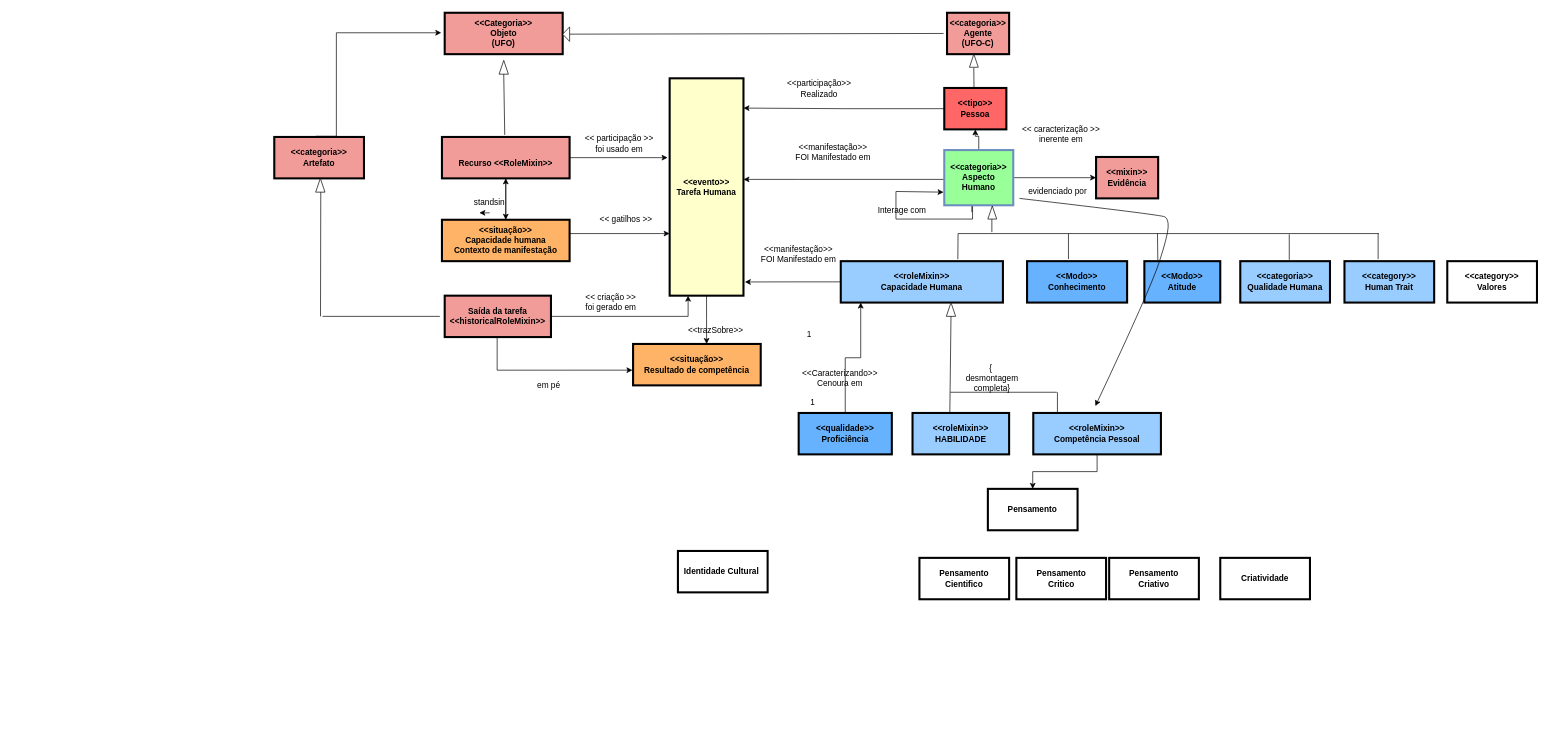
Earlier version of the draw.io diagram page "Core-O 1" (4 of 4) of Cópia do Ontologia_v1.drawio (RosianeSangali/RosianeSangali). Source tidied: cells renumbered, new cells numbered last; positions are measured from the earlier drawing's top-left corner, leaving out a move shared by most shapes. Both pictures are drawn from the tidied source at 69%, with x=0, y=0 at pixel (274, 12).
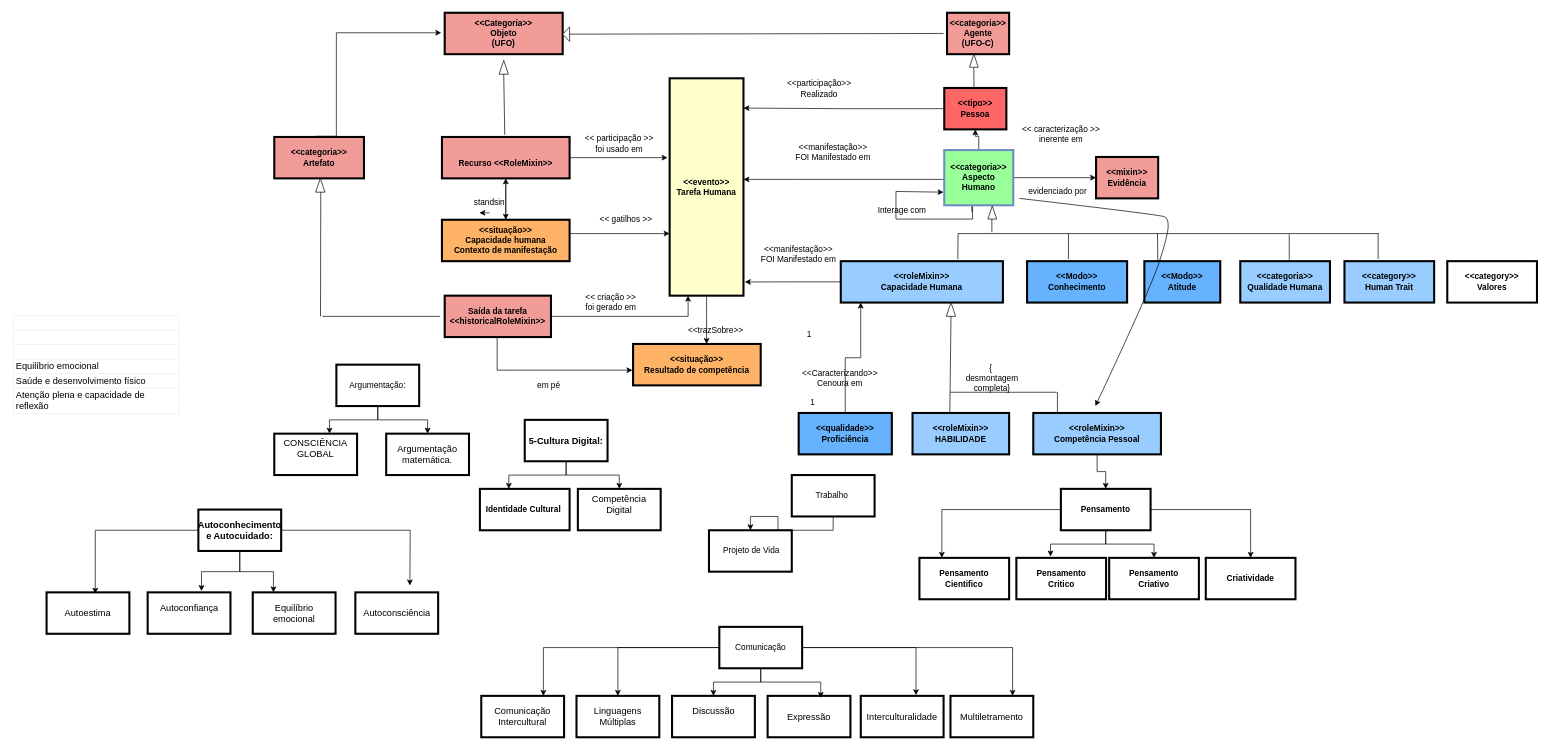
After the change.

Unchanged cells that the change refers to:
```xml
<mxCell id="78" value="Pensamento&#10;Cientifico" style="whiteSpace=wrap;align=center;verticalAlign=middle;fontStyle=1;strokeWidth=3;fillColor=#FFFFFF;" parent="1" vertex="1">
  <mxGeometry x="935" y="790" width="130" height="60" as="geometry" />
</mxCell>
<mxCell id="79" value="Pensamento&#10;Critico" style="whiteSpace=wrap;align=center;verticalAlign=middle;fontStyle=1;strokeWidth=3;fillColor=#FFFFFF;" parent="1" vertex="1">
  <mxGeometry x="1075.5" y="790" width="130" height="60" as="geometry" />
</mxCell>
<mxCell id="80" value="Pensamento&#10;Criativo" style="whiteSpace=wrap;align=center;verticalAlign=middle;fontStyle=1;strokeWidth=3;fillColor=#FFFFFF;" parent="1" vertex="1">
  <mxGeometry x="1210" y="790" width="130" height="60" as="geometry" />
</mxCell>
```

What changed in the source:
```diff
@@
-    <mxCell id="58" value="em pé" style="text;html=1;align=center;verticalAlign=middle;whiteSpace=wrap;rounded=0;" parent="1" vertex="1">
+    <mxCell id="58" value="em pé" style="text;html=1;align=center;verticalAlign=middle;whiteSpace=wrap;rounded=0;strokeWidth=3;" parent="1" vertex="1">
       <mxGeometry x="338.2" y="520" width="120" height="40" as="geometry" />
     </mxCell>
@@
-    <mxCell id="72" value="1" style="text;html=1;align=center;verticalAlign=middle;strokeColor=none;fillColor=none;" parent="1" vertex="1">
+    <mxCell id="72" value="1" style="text;html=1;align=center;verticalAlign=middle;strokeColor=none;fillColor=none;strokeWidth=3;" parent="1" vertex="1">
       <mxGeometry x="765" y="550" width="30" height="30" as="geometry" />
     </mxCell>
@@
+    <mxCell id="83" style="edgeStyle=orthogonalEdgeStyle;rounded=0;jettySize=auto;html=1;entryX=0.25;entryY=0;entryDx=0;entryDy=0;" parent="1" edge="1" source="77" target="78">
+      <mxGeometry relative="1" as="geometry" />
+    </mxCell>
+    <mxCell id="84" style="edgeStyle=orthogonalEdgeStyle;rounded=0;jettySize=auto;html=1;entryX=0.5;entryY=0;entryDx=0;entryDy=0;" parent="1" edge="1" source="77" target="80">
+      <mxGeometry relative="1" as="geometry" />
+    </mxCell>
+    <mxCell id="85" style="edgeStyle=orthogonalEdgeStyle;rounded=0;jettySize=auto;html=1;entryX=0.5;entryY=0;entryDx=0;entryDy=0;" parent="1" edge="1" source="77" target="82">
+      <mxGeometry relative="1" as="geometry" />
+    </mxCell>
     <mxCell id="77" value="Pensamento" style="whiteSpace=wrap;align=center;verticalAlign=middle;fontStyle=1;strokeWidth=3;fillColor=#FFFFFF;" parent="1" vertex="1">
-      <mxGeometry x="1034.2" y="690" width="130" height="60" as="geometry" />
+      <mxGeometry x="1140" y="690" width="130" height="60" as="geometry" />
     </mxCell>
@@
     <mxCell id="81" value="Identidade Cultural " style="whiteSpace=wrap;align=center;verticalAlign=middle;fontStyle=1;strokeWidth=3;fillColor=#FFFFFF;" parent="1" vertex="1">
-      <mxGeometry x="585" y="780" width="130" height="60" as="geometry" />
+      <mxGeometry x="298" y="690" width="130" height="60" as="geometry" />
     </mxCell>
     <mxCell id="82" value="Criatividade" style="whiteSpace=wrap;align=center;verticalAlign=middle;fontStyle=1;strokeWidth=3;fillColor=#FFFFFF;" parent="1" vertex="1">
-      <mxGeometry x="1371" y="790" width="130" height="60" as="geometry" />
+      <mxGeometry x="1350" y="790" width="130" height="60" as="geometry" />
     </mxCell>
+    <mxCell id="86" style="edgeStyle=orthogonalEdgeStyle;rounded=0;jettySize=auto;html=1;entryX=0.75;entryY=0;entryDx=0;entryDy=0;" parent="1" edge="1" source="90" target="95">
+      <mxGeometry relative="1" as="geometry" />
+    </mxCell>
+    <mxCell id="87" style="edgeStyle=orthogonalEdgeStyle;rounded=0;jettySize=auto;html=1;entryX=0.5;entryY=0;entryDx=0;entryDy=0;" parent="1" edge="1" source="90" target="91">
+      <mxGeometry relative="1" as="geometry" />
+    </mxCell>
+    <mxCell id="88" style="edgeStyle=orthogonalEdgeStyle;rounded=0;jettySize=auto;html=1;entryX=0.5;entryY=0;entryDx=0;entryDy=0;strokeWidth=1;" parent="1" edge="1" source="90" target="93">
+      <mxGeometry relative="1" as="geometry" />
+    </mxCell>
+    <mxCell id="89" style="edgeStyle=orthogonalEdgeStyle;rounded=0;jettySize=auto;html=1;entryX=0.75;entryY=0;entryDx=0;entryDy=0;" parent="1" edge="1" source="90" target="94">
+      <mxGeometry relative="1" as="geometry" />
+    </mxCell>
+    <mxCell id="90" value="Comunicação" style="rounded=0;whiteSpace=wrap;html=1;strokeWidth=3;" parent="1" vertex="1">
+      <mxGeometry x="645" y="890" width="120" height="60" as="geometry" />
+    </mxCell>
+    <mxCell id="91" value="&lt;span style=&quot;font-family: Arial; font-size: 13.3333px; text-align: left;&quot;&gt;Linguagens Múltiplas&lt;/span&gt;" style="rounded=0;whiteSpace=wrap;html=1;strokeWidth=3;" parent="1" vertex="1">
+      <mxGeometry x="438" y="990" width="120" height="60" as="geometry" />
+    </mxCell>
+    <mxCell id="92" value="&lt;span style=&quot;font-family: Arial; font-size: 13.3333px; text-align: left;&quot;&gt;Expressão&lt;/span&gt;" style="rounded=0;whiteSpace=wrap;html=1;strokeWidth=3;" parent="1" vertex="1">
+      <mxGeometry x="715" y="990" width="120" height="60" as="geometry" />
+    </mxCell>
+    <mxCell id="93" value="&#10;&lt;span style=&quot;color: rgb(0, 0, 0); font-family: Arial; font-size: 13.3333px; font-style: normal; font-variant-ligatures: normal; font-variant-caps: normal; font-weight: 400; letter-spacing: normal; orphans: 2; text-align: left; text-indent: 0px; text-transform: none; widows: 2; word-spacing: 0px; -webkit-text-stroke-width: 0px; white-space: normal; background-color: rgb(251, 251, 251); text-decoration-thickness: initial; text-decoration-style: initial; text-decoration-color: initial; display: inline !important; float: none;&quot;&gt;Discussão&lt;/span&gt;&#10;&#10;" style="rounded=0;whiteSpace=wrap;html=1;strokeWidth=3;" parent="1" vertex="1">
+      <mxGeometry x="576.5" y="990" width="120" height="60" as="geometry" />
+    </mxCell>
+    <mxCell id="94" value="&lt;span style=&quot;font-family: Arial; font-size: 13.3333px; text-align: left;&quot;&gt;Multiletramento&lt;/span&gt;" style="rounded=0;whiteSpace=wrap;html=1;strokeWidth=3;" parent="1" vertex="1">
+      <mxGeometry x="980" y="990" width="120" height="60" as="geometry" />
+    </mxCell>
+    <mxCell id="95" value="&lt;span style=&quot;font-family: Arial; font-size: 13.3333px; text-align: left;&quot;&gt;Comunicação Intercultural&lt;/span&gt;" style="rounded=0;whiteSpace=wrap;html=1;strokeWidth=3;" parent="1" vertex="1">
+      <mxGeometry x="300" y="990" width="120" height="60" as="geometry" />
+    </mxCell>
+    <mxCell id="96" value="&lt;span style=&quot;font-family: Arial; font-size: 13.3333px; text-align: left;&quot;&gt;Interculturalidade&lt;/span&gt;" style="rounded=0;whiteSpace=wrap;html=1;strokeWidth=3;" parent="1" vertex="1">
+      <mxGeometry x="850" y="990" width="120" height="60" as="geometry" />
+    </mxCell>
+    <mxCell id="97" style="edgeStyle=orthogonalEdgeStyle;rounded=0;jettySize=auto;html=1;entryX=0.642;entryY=0.05;entryDx=0;entryDy=0;entryPerimeter=0;strokeWidth=1;" parent="1" edge="1" source="90" target="92">
+      <mxGeometry relative="1" as="geometry" />
+    </mxCell>
+    <mxCell id="98" style="edgeStyle=orthogonalEdgeStyle;rounded=0;jettySize=auto;html=1;entryX=0.667;entryY=-0.017;entryDx=0;entryDy=0;entryPerimeter=0;" parent="1" edge="1" source="90" target="96">
+      <mxGeometry relative="1" as="geometry" />
+    </mxCell>
+    <mxCell id="99" value="&#10;&lt;span style=&quot;font-size:10pt;font-family:Arial;font-style:normal;&quot;&gt;Competência Digital&lt;/span&gt;&#10;&#10;" style="rounded=0;whiteSpace=wrap;html=1;strokeWidth=3;" parent="1" vertex="1">
+      <mxGeometry x="440" y="690" width="120" height="60" as="geometry" />
+    </mxCell>
+    <mxCell id="100" style="edgeStyle=orthogonalEdgeStyle;rounded=0;jettySize=auto;html=1;strokeWidth=1;" parent="1" edge="1" source="101" target="99">
+      <mxGeometry relative="1" as="geometry" />
+    </mxCell>
+    <mxCell id="101" value="&lt;span style=&quot;font-size: 10pt; font-family: Arial; font-weight: bold;&quot;&gt;5-Cultura Digital:&lt;/span&gt;" style="rounded=0;whiteSpace=wrap;html=1;strokeWidth=3;" parent="1" vertex="1">
+      <mxGeometry x="363" y="590" width="120" height="60" as="geometry" />
+    </mxCell>
+    <mxCell id="102" style="edgeStyle=orthogonalEdgeStyle;rounded=0;jettySize=auto;html=1;entryX=0.5;entryY=0;entryDx=0;entryDy=0;strokeWidth=1;" parent="1" edge="1" source="103" target="104">
+      <mxGeometry relative="1" as="geometry" />
+    </mxCell>
+    <mxCell id="103" value="Trabalho&amp;nbsp;" style="rounded=0;whiteSpace=wrap;html=1;strokeWidth=3;" parent="1" vertex="1">
+      <mxGeometry x="750" y="670" width="120" height="60" as="geometry" />
+    </mxCell>
+    <mxCell id="104" value="&amp;nbsp;Projeto de Vida" style="rounded=0;whiteSpace=wrap;html=1;strokeWidth=3;" parent="1" vertex="1">
+      <mxGeometry x="630" y="750" width="120" height="60" as="geometry" />
+    </mxCell>
+    <mxCell id="105" style="edgeStyle=orthogonalEdgeStyle;rounded=0;jettySize=auto;html=1;entryX=0.323;entryY=0;entryDx=0;entryDy=0;entryPerimeter=0;strokeWidth=1;" parent="1" edge="1" source="101" target="81">
+      <mxGeometry relative="1" as="geometry" />
+    </mxCell>
+    <mxCell id="106" style="edgeStyle=orthogonalEdgeStyle;rounded=0;jettySize=auto;html=1;entryX=0.5;entryY=0;entryDx=0;entryDy=0;strokeWidth=1;" parent="1" edge="1" source="107" target="109">
+      <mxGeometry relative="1" as="geometry" />
+    </mxCell>
+    <mxCell id="107" value="Argumentação:" style="rounded=0;whiteSpace=wrap;html=1;strokeWidth=3;" parent="1" vertex="1">
+      <mxGeometry x="90" y="510" width="120" height="60" as="geometry" />
+    </mxCell>
+    <mxCell id="108" value="&lt;span style=&quot;text-align: start; font-size: 10pt; font-family: Arial;&quot;&gt;CONSCIÊNCIA&lt;br&gt;GLOBAL&lt;br&gt;&lt;br&gt;&lt;/span&gt;" style="rounded=0;whiteSpace=wrap;html=1;strokeWidth=3;" parent="1" vertex="1">
+      <mxGeometry y="610" width="120" height="60" as="geometry" />
+    </mxCell>
+    <mxCell id="109" value="&lt;span style=&quot;text-align: start; font-size: 10pt; font-family: Arial;&quot;&gt;Argumentação matemática.&lt;/span&gt;" style="rounded=0;whiteSpace=wrap;html=1;strokeWidth=3;" parent="1" vertex="1">
+      <mxGeometry x="162.2" y="610" width="120" height="60" as="geometry" />
+    </mxCell>
+    <mxCell id="110" style="edgeStyle=orthogonalEdgeStyle;rounded=0;jettySize=auto;html=1;entryX=0.667;entryY=0;entryDx=0;entryDy=0;entryPerimeter=0;strokeWidth=1;" parent="1" edge="1" source="107" target="108">
+      <mxGeometry relative="1" as="geometry" />
+    </mxCell>
+    <mxCell id="111" value="&lt;table xmlns=&quot;http://www.w3.org/1999/xhtml&quot; cellspacing=&quot;0&quot; cellpadding=&quot;0&quot; dir=&quot;ltr&quot; border=&quot;1&quot; style=&quot;table-layout:fixed;font-size:10pt;font-family:Arial;width:0px;border-collapse:collapse;border:none&quot;&gt;&lt;colgroup&gt;&lt;col width=&quot;240&quot;&gt;&lt;/colgroup&gt;&lt;tbody&gt;&lt;tr style=&quot;height:21px;&quot;&gt;&lt;td style=&quot;overflow:hidden;padding:2px 3px 2px 3px;vertical-align:bottom;&quot;&gt;&lt;br&gt;&lt;/td&gt;&lt;/tr&gt;&lt;tr style=&quot;height:21px;&quot;&gt;&lt;td style=&quot;overflow:hidden;padding:2px 3px 2px 3px;vertical-align:bottom;&quot;&gt;&lt;br&gt;&lt;/td&gt;&lt;/tr&gt;&lt;tr style=&quot;height:21px;&quot;&gt;&lt;td style=&quot;overflow:hidden;padding:2px 3px 2px 3px;vertical-align:bottom;&quot;&gt;&lt;br&gt;&lt;/td&gt;&lt;/tr&gt;&lt;tr style=&quot;height:21px;&quot;&gt;&lt;td style=&quot;overflow:hidden;padding:2px 3px 2px 3px;vertical-align:bottom;&quot;&gt;Equilíbrio emocional&lt;/td&gt;&lt;/tr&gt;&lt;tr style=&quot;height:21px;&quot;&gt;&lt;td style=&quot;overflow:hidden;padding:2px 3px 2px 3px;vertical-align:bottom;&quot;&gt;Saúde e desenvolvimento físico&lt;/td&gt;&lt;/tr&gt;&lt;tr style=&quot;height:21px;&quot;&gt;&lt;td style=&quot;overflow:hidden;padding:2px 3px 2px 3px;vertical-align:bottom;&quot;&gt;Atenção plena e capacidade de reflexão&lt;/td&gt;&lt;/tr&gt;&lt;/tbody&gt;&lt;/table&gt;" style="text;whiteSpace=wrap;html=1;" parent="1" vertex="1">
+      <mxGeometry x="-380" y="432" width="270" height="70" as="geometry" />
+    </mxCell>
+    <mxCell id="112" style="edgeStyle=orthogonalEdgeStyle;rounded=0;jettySize=auto;html=1;entryX=0.25;entryY=0;entryDx=0;entryDy=0;strokeWidth=1;" parent="1" edge="1" source="114" target="115">
+      <mxGeometry relative="1" as="geometry" />
+    </mxCell>
+    <mxCell id="113" style="edgeStyle=orthogonalEdgeStyle;rounded=0;jettySize=auto;html=1;strokeWidth=1;" parent="1" edge="1" source="114">
+      <mxGeometry relative="1" as="geometry">
+        <mxPoint x="196.5" y="830" as="targetPoint" />
+      </mxGeometry>
+    </mxCell>
+    <mxCell id="114" value="&lt;span style=&quot;font-size: 10pt; font-family: Arial; font-weight: bold;&quot;&gt;Autoconhecimento e Autocuidado:&lt;/span&gt;" style="rounded=0;whiteSpace=wrap;html=1;strokeWidth=3;" parent="1" vertex="1">
+      <mxGeometry x="-110" y="720" width="120" height="60" as="geometry" />
+    </mxCell>
+    <mxCell id="115" value="&lt;span style=&quot;font-family: Arial; font-size: 13.3333px; text-align: left;&quot;&gt;Equilíbrio emocional&lt;/span&gt;" style="rounded=0;whiteSpace=wrap;html=1;strokeWidth=3;" parent="1" vertex="1">
+      <mxGeometry x="-31.2" y="840" width="120" height="60" as="geometry" />
+    </mxCell>
+    <mxCell id="116" value="&#10;&lt;span style=&quot;color: rgb(0, 0, 0); font-family: Arial; font-size: 13.3333px; font-style: normal; font-variant-ligatures: normal; font-variant-caps: normal; font-weight: 400; letter-spacing: normal; orphans: 2; text-align: left; text-indent: 0px; text-transform: none; widows: 2; word-spacing: 0px; -webkit-text-stroke-width: 0px; white-space: normal; background-color: rgb(251, 251, 251); text-decoration-thickness: initial; text-decoration-style: initial; text-decoration-color: initial; display: inline !important; float: none;&quot;&gt;Autoconfiança&lt;/span&gt;&#10;&#10;" style="rounded=0;whiteSpace=wrap;html=1;strokeWidth=3;" parent="1" vertex="1">
+      <mxGeometry x="-183.5" y="840" width="120" height="60" as="geometry" />
+    </mxCell>
+    <mxCell id="117" value="&lt;span style=&quot;font-family: Arial; font-size: 13.3333px; text-align: left;&quot;&gt;Autoestima&lt;/span&gt;" style="rounded=0;whiteSpace=wrap;html=1;strokeWidth=3;" parent="1" vertex="1">
+      <mxGeometry x="-330" y="840" width="120" height="60" as="geometry" />
+    </mxCell>
+    <mxCell id="118" value="&lt;span style=&quot;font-family: Arial; font-size: 13.3333px; text-align: left;&quot;&gt;Autoconsciência&lt;/span&gt;" style="rounded=0;whiteSpace=wrap;html=1;strokeWidth=3;" parent="1" vertex="1">
+      <mxGeometry x="117.5" y="840" width="120" height="60" as="geometry" />
+    </mxCell>
+    <mxCell id="119" style="edgeStyle=orthogonalEdgeStyle;rounded=0;jettySize=auto;html=1;entryX=0.588;entryY=0.033;entryDx=0;entryDy=0;entryPerimeter=0;strokeWidth=1;" parent="1" edge="1" source="114" target="117">
+      <mxGeometry relative="1" as="geometry" />
+    </mxCell>
+    <mxCell id="120" style="edgeStyle=orthogonalEdgeStyle;rounded=0;jettySize=auto;html=1;entryX=0.65;entryY=-0.033;entryDx=0;entryDy=0;entryPerimeter=0;strokeWidth=1;" parent="1" edge="1" source="114" target="116">
+      <mxGeometry relative="1" as="geometry" />
+    </mxCell>
+    <mxCell id="121" style="edgeStyle=orthogonalEdgeStyle;rounded=0;jettySize=auto;html=1;entryX=0.381;entryY=-0.033;entryDx=0;entryDy=0;entryPerimeter=0;" parent="1" edge="1" source="77" target="79">
+      <mxGeometry relative="1" as="geometry" />
+    </mxCell>
```
